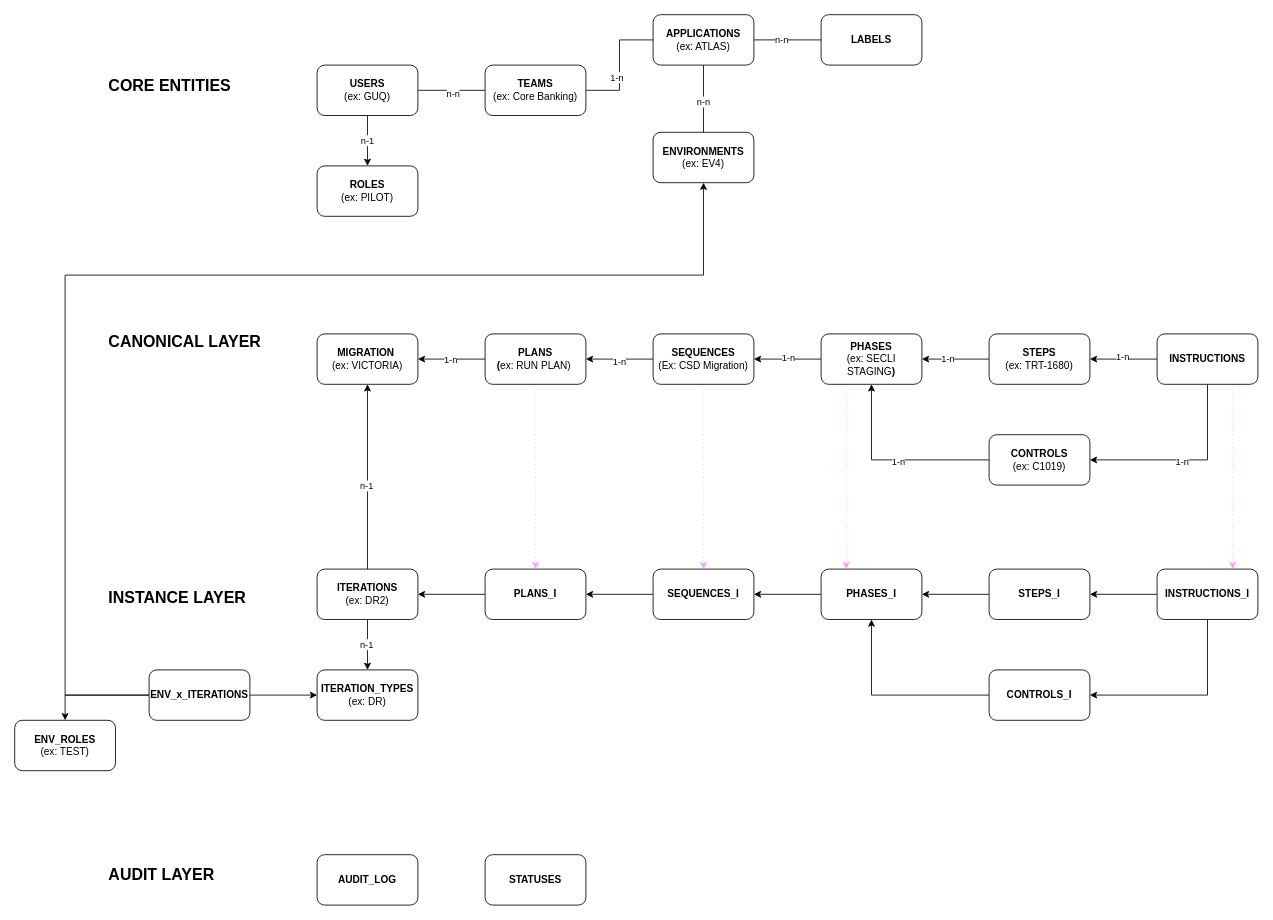
Earlier version of the draw.io diagram page "High level data model" (2 of 3) of Docs/Architecture Diagrams.drawio (lucaschallamel/UMIG). Source tidied: cells renumbered, new cells numbered last; positions are measured from the earlier drawing's top-left corner, leaving out a move shared by most shapes. Both pictures are drawn from the tidied source at 84%, with x=0, y=0 at pixel (14, 14).
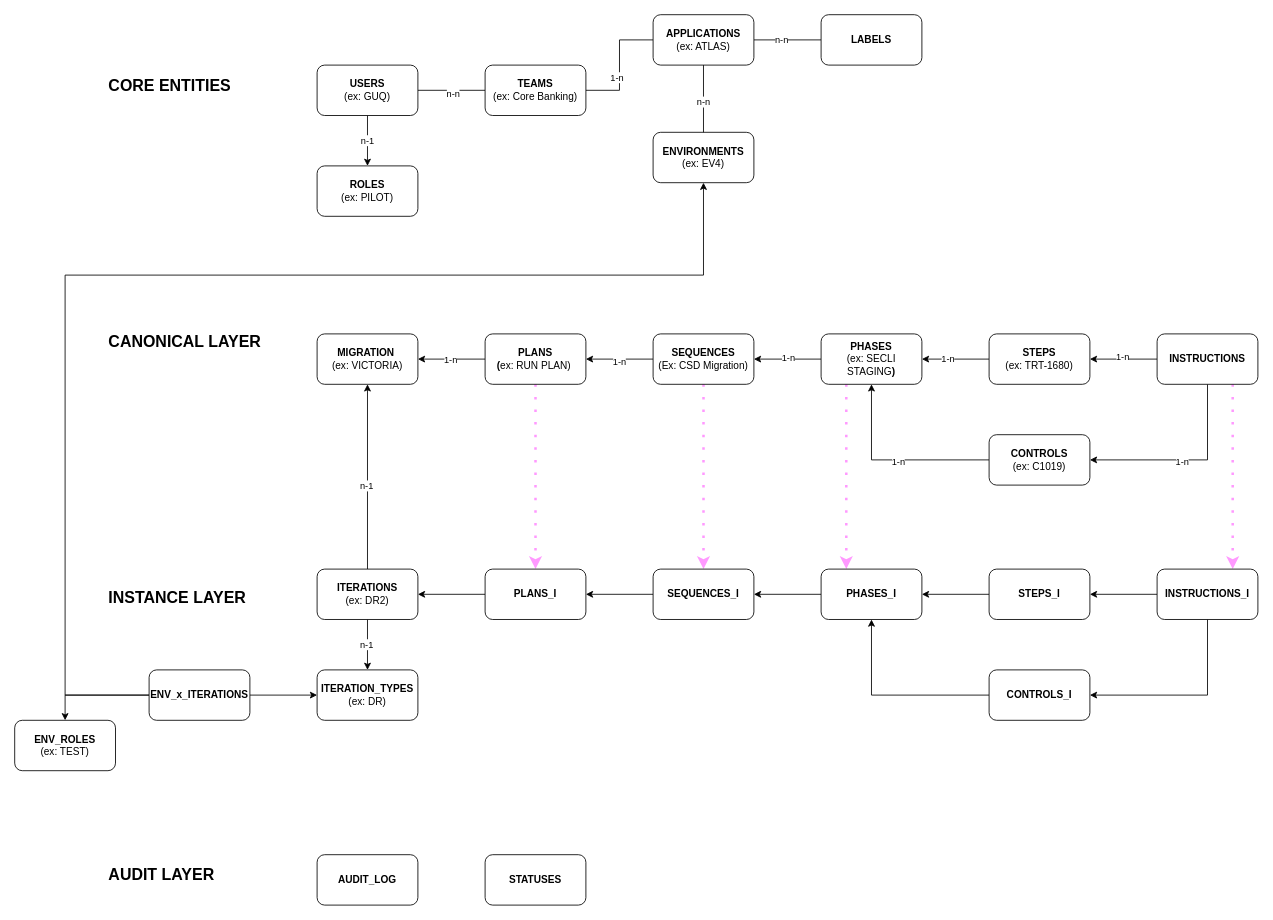
Above is the later version.

The change refers to these unchanged cells:
```xml
<mxCell id="23" value="&lt;b&gt;PLANS&lt;br&gt;(&lt;/b&gt;ex: RUN PLAN)&amp;nbsp;" style="rounded=1;whiteSpace=wrap;html=1;" parent="1" vertex="1">
  <mxGeometry x="560" y="380" width="120" height="60" as="geometry" />
</mxCell>
<mxCell id="27" value="&lt;b&gt;SEQUENCES&lt;/b&gt;&lt;br&gt;(Ex: CSD Migration)" style="rounded=1;whiteSpace=wrap;html=1;" parent="1" vertex="1">
  <mxGeometry x="760" y="380" width="120" height="60" as="geometry" />
</mxCell>
<mxCell id="31" value="&lt;b&gt;PHASES&lt;/b&gt;&lt;br&gt;(ex: SECLI STAGING&lt;b&gt;)&lt;/b&gt;" style="rounded=1;whiteSpace=wrap;html=1;" parent="1" vertex="1">
  <mxGeometry x="960" y="380" width="120" height="60" as="geometry" />
</mxCell>
<mxCell id="40" value="&lt;b&gt;INSTRUCTIONS&lt;/b&gt;" style="rounded=1;whiteSpace=wrap;html=1;" parent="1" vertex="1">
  <mxGeometry x="1360" y="380" width="120" height="60" as="geometry" />
</mxCell>
<mxCell id="48" value="&lt;b&gt;PLANS_I&lt;/b&gt;" style="rounded=1;whiteSpace=wrap;html=1;" parent="1" vertex="1">
  <mxGeometry x="560" y="660" width="120" height="60" as="geometry" />
</mxCell>
<mxCell id="55" value="&lt;b&gt;SEQUENCES_I&lt;/b&gt;" style="rounded=1;whiteSpace=wrap;html=1;" parent="1" vertex="1">
  <mxGeometry x="760" y="660" width="120" height="60" as="geometry" />
</mxCell>
<mxCell id="57" value="&lt;b&gt;PHASES_I&lt;/b&gt;" style="rounded=1;whiteSpace=wrap;html=1;" parent="1" vertex="1">
  <mxGeometry x="960" y="660" width="120" height="60" as="geometry" />
</mxCell>
<mxCell id="62" value="&lt;b&gt;INSTRUCTIONS_I&lt;/b&gt;" style="rounded=1;whiteSpace=wrap;html=1;" parent="1" vertex="1">
  <mxGeometry x="1360" y="660" width="120" height="60" as="geometry" />
</mxCell>
```

Diff of the diagram source:
```diff
@@
-    <mxCell id="22" style="edgeStyle=orthogonalEdgeStyle;rounded=0;jettySize=auto;html=1;exitX=0.5;exitY=1;exitDx=0;exitDy=0;entryX=0.5;entryY=0;entryDx=0;entryDy=0;dashed=1;dashPattern=1 4;strokeColor=#FF99FF;" parent="1" edge="1" source="23" target="48">
+    <mxCell id="22" style="edgeStyle=orthogonalEdgeStyle;rounded=0;jettySize=auto;html=1;exitX=0.5;exitY=1;exitDx=0;exitDy=0;entryX=0.5;entryY=0;entryDx=0;entryDy=0;dashed=1;dashPattern=1 4;strokeColor=#FF99FF;strokeWidth=3;" parent="1" edge="1" source="23" target="48">
       <mxGeometry relative="1" as="geometry" />
     </mxCell>
@@
-    <mxCell id="26" style="edgeStyle=orthogonalEdgeStyle;rounded=0;jettySize=auto;html=1;exitX=0.5;exitY=1;exitDx=0;exitDy=0;entryX=0.5;entryY=0;entryDx=0;entryDy=0;dashed=1;dashPattern=1 4;strokeColor=#FF99FF;" parent="1" edge="1" source="27" target="55">
+    <mxCell id="26" style="edgeStyle=orthogonalEdgeStyle;rounded=0;jettySize=auto;html=1;exitX=0.5;exitY=1;exitDx=0;exitDy=0;entryX=0.5;entryY=0;entryDx=0;entryDy=0;dashed=1;dashPattern=1 4;strokeColor=#FF99FF;strokeWidth=3;" parent="1" edge="1" source="27" target="55">
       <mxGeometry relative="1" as="geometry" />
     </mxCell>
@@
-    <mxCell id="30" style="edgeStyle=orthogonalEdgeStyle;rounded=0;jettySize=auto;html=1;exitX=0.25;exitY=1;exitDx=0;exitDy=0;entryX=0.25;entryY=0;entryDx=0;entryDy=0;dashed=1;dashPattern=1 4;strokeColor=#FF99FF;" parent="1" edge="1" source="31" target="57">
+    <mxCell id="30" style="edgeStyle=orthogonalEdgeStyle;rounded=0;jettySize=auto;html=1;exitX=0.25;exitY=1;exitDx=0;exitDy=0;entryX=0.25;entryY=0;entryDx=0;entryDy=0;dashed=1;dashPattern=1 4;strokeColor=#FF99FF;strokeWidth=3;" parent="1" edge="1" source="31" target="57">
       <mxGeometry relative="1" as="geometry" />
     </mxCell>
@@
-    <mxCell id="39" style="edgeStyle=orthogonalEdgeStyle;rounded=0;jettySize=auto;html=1;exitX=0.75;exitY=1;exitDx=0;exitDy=0;entryX=0.75;entryY=0;entryDx=0;entryDy=0;dashed=1;dashPattern=1 4;strokeColor=#FF99FF;" parent="1" edge="1" source="40" target="62">
+    <mxCell id="39" style="edgeStyle=orthogonalEdgeStyle;rounded=0;jettySize=auto;html=1;exitX=0.75;exitY=1;exitDx=0;exitDy=0;entryX=0.75;entryY=0;entryDx=0;entryDy=0;dashed=1;dashPattern=1 4;strokeColor=#FF99FF;strokeWidth=3;" parent="1" edge="1" source="40" target="62">
       <mxGeometry relative="1" as="geometry" />
     </mxCell>
```
